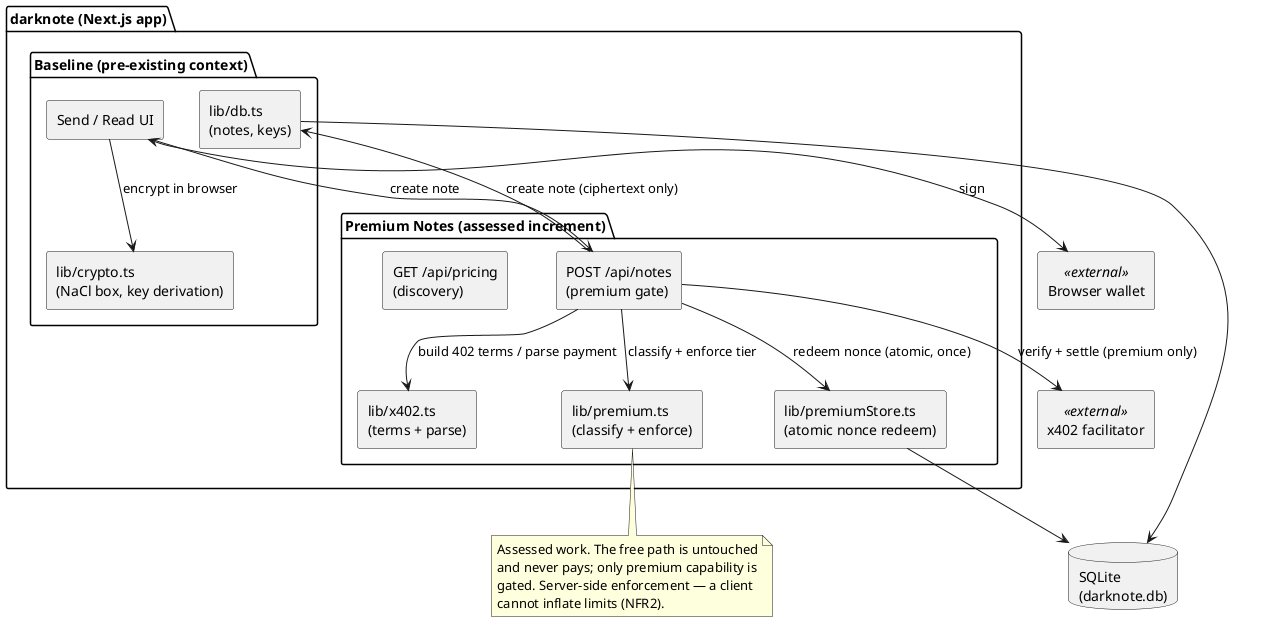
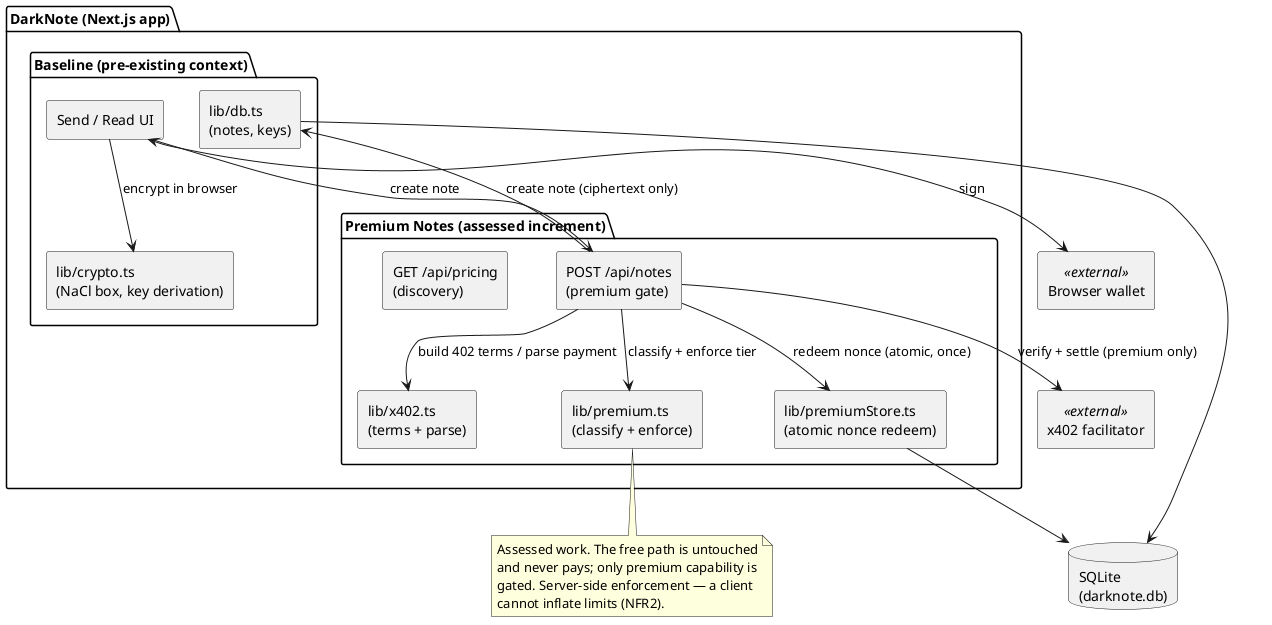
- @startuml darknote Premium architecture
+ @startuml DarkNote Premium architecture
skinparam componentStyle rectangle

- package "darknote (Next.js app)" {
+ package "DarkNote (Next.js app)" {
  package "Baseline (pre-existing context)" {
    [Send / Read UI] as UI
    [lib/crypto.ts\n(NaCl box, key derivation)] as Crypto
    [lib/db.ts\n(notes, keys)] as DB
  }
  package "Premium Notes (assessed increment)" {
    [POST /api/notes\n(premium gate)] as Route
    [lib/premium.ts\n(classify + enforce)] as Premium
    [lib/x402.ts\n(terms + parse)] as X402
    [lib/premiumStore.ts\n(atomic nonce redeem)] as Store
    [GET /api/pricing\n(discovery)] as Pricing
  }
}

[Browser wallet] as Wallet <<external>>
[x402 facilitator] as Fac <<external>>
database "SQLite\n(darknote.db)" as SQLite

UI --> Crypto : encrypt in browser
UI --> Route : create note
Route --> Premium : classify + enforce tier
Route --> X402 : build 402 terms / parse payment
Route --> Fac : verify + settle (premium only)
Route --> Store : redeem nonce (atomic, once)
Route --> DB : create note (ciphertext only)
Store --> SQLite
DB --> SQLite
UI <--> Wallet : sign

note bottom of Premium
  Assessed work. The free path is untouched
  and never pays; only premium capability is
  gated. Server-side enforcement — a client
  cannot inflate limits (NFR2).
end note
@enduml
